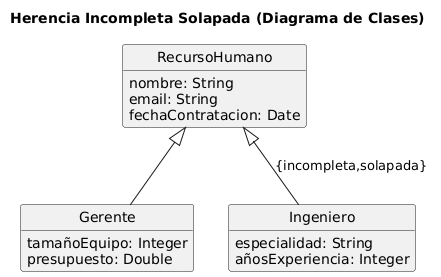
Earlier version of the PlantUML export assets/images/iissi1/mc2mr/herencia-incompleta-solapada-clases.png (IISSI-US/web). The source it was exported from:
```plantuml
@startuml herencia-incompleta-solapada-clases
title Herencia Incompleta Solapada (Diagrama de Clases)

hide empty members
hide circle

class RecursoHumano {
  nombre: String
  email: String
  fechaContratacion: Date
}

class Gerente {
  tamañoEquipo: Integer
  presupuesto: Double
}

class Ingeniero {
  especialidad: String
  añosExperiencia: Integer
}

RecursoHumano <|-- Gerente
RecursoHumano <|-- Ingeniero : {incompleta,solapada}
@enduml
```
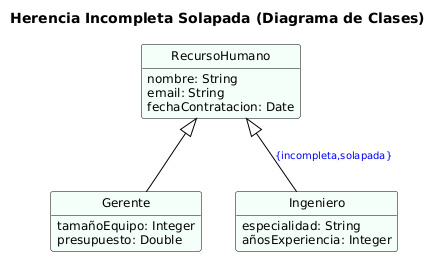
After the change.

What changed in the source:
```diff
@@ -1,8 +1,7 @@
 @startuml herencia-incompleta-solapada-clases
+!include ../estilos/final.iuml
 title Herencia Incompleta Solapada (Diagrama de Clases)
 
-hide empty members
-hide circle
 
 class RecursoHumano {
   nombre: String
```
